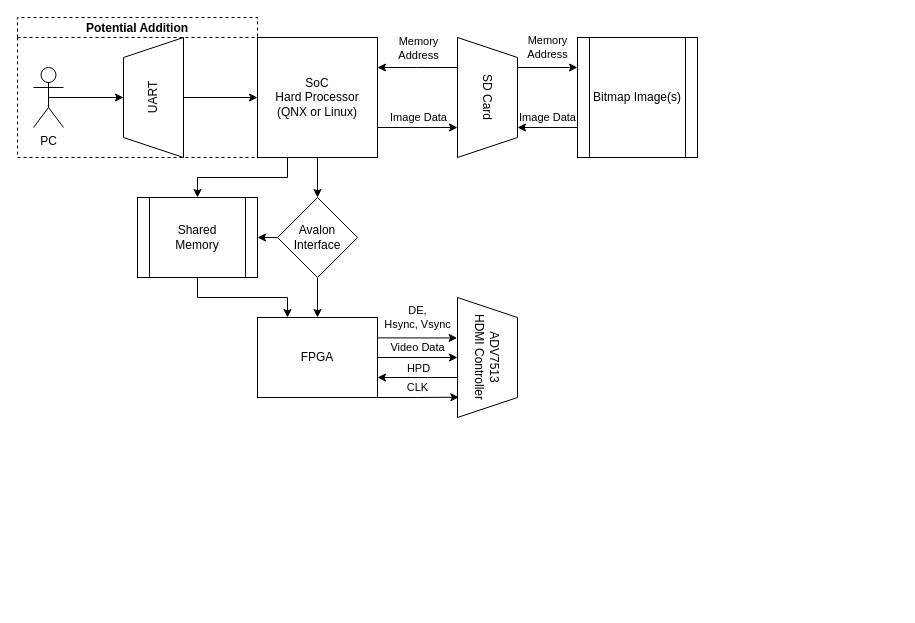
Before: Report/Images/InProcess/PathPlanning.drawio in MrTreev/LabProject, a draw.io diagram. Source tidied: cells renumbered, new cells numbered last; positions are measured from the earlier drawing's top-left corner, leaving out a move shared by most shapes. Both pictures are drawn from the tidied source at 100%, with x=0, y=0 at pixel (17, 17).
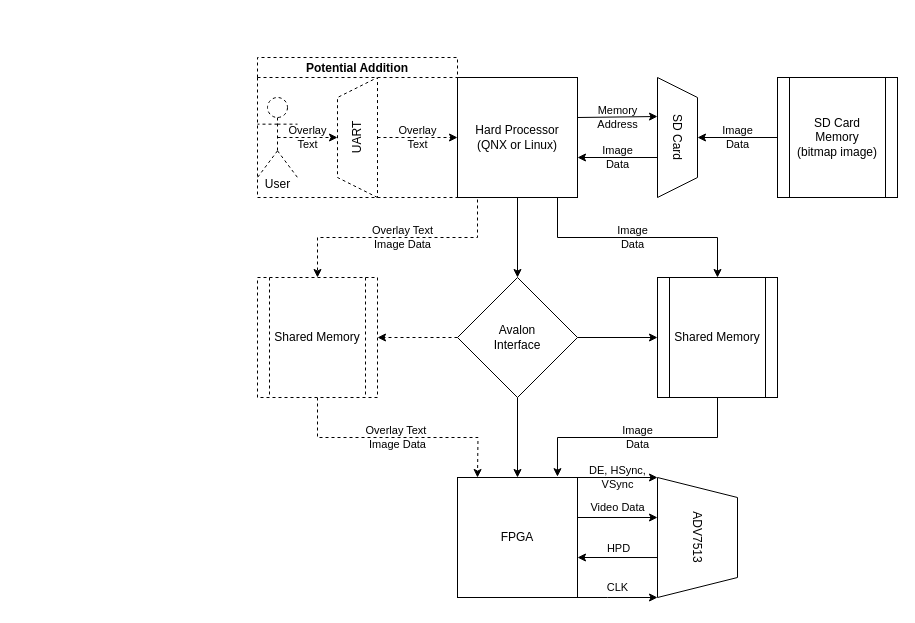
The same page after the edit.

What changed in the source:
```diff
@@
-    <mxCell id="2" style="edgeStyle=orthogonalEdgeStyle;rounded=0;jettySize=auto;html=1;labelBackgroundColor=none;" parent="1" edge="1" source="5" target="8">
-      <mxGeometry relative="1" as="geometry" />
-    </mxCell>
-    <mxCell id="3" value="Image Data" style="edgeStyle=orthogonalEdgeStyle;rounded=0;jettySize=auto;html=1;exitX=1;exitY=0.75;exitDx=0;exitDy=0;entryX=0.75;entryY=1;entryDx=0;entryDy=0;labelBackgroundColor=none;" parent="1" edge="1" source="5" target="19">
-      <mxGeometry x="0.02" y="10" relative="1" as="geometry">
-        <Array as="points">
-          <mxPoint x="360" y="110" />
-        </Array>
-      </mxGeometry>
-    </mxCell>
-    <mxCell id="4" style="edgeStyle=orthogonalEdgeStyle;rounded=0;jettySize=auto;html=1;exitX=0.25;exitY=1;exitDx=0;exitDy=0;entryX=0.5;entryY=0;entryDx=0;entryDy=0;labelBackgroundColor=none;" parent="1" edge="1" source="5" target="22">
-      <mxGeometry relative="1" as="geometry" />
-    </mxCell>
-    <mxCell id="5" value="SoC&lt;br&gt;Hard Processor&lt;br&gt;(QNX or Linux)" style="whiteSpace=wrap;html=1;labelBackgroundColor=none;" parent="1" vertex="1">
-      <mxGeometry x="240" y="20" width="120" height="120" as="geometry" />
-    </mxCell>
+    <mxCell id="29" value="Memory&lt;br&gt;Address" style="edgeStyle=orthogonalEdgeStyle;rounded=0;jettySize=auto;html=1;exitX=1;exitY=0.342;exitDx=0;exitDy=0;entryX=0.325;entryY=1;entryDx=0;entryDy=0;labelBackgroundColor=none;entryPerimeter=0;exitPerimeter=0;" parent="1" edge="1" source="33" target="19">
+      <mxGeometry x="0.01" relative="1" as="geometry">
+        <Array as="points">
+          <mxPoint x="560" y="100" />
+        </Array>
+      </mxGeometry>
+    </mxCell>
+    <mxCell id="30" style="edgeStyle=orthogonalEdgeStyle;rounded=0;jettySize=auto;html=1;labelBackgroundColor=none;" parent="1" edge="1" source="33" target="8">
+      <mxGeometry relative="1" as="geometry" />
+    </mxCell>
+    <mxCell id="31" value="Image&lt;br&gt;Data" style="edgeStyle=orthogonalEdgeStyle;rounded=0;jettySize=auto;html=1;exitX=0.75;exitY=1;exitDx=0;exitDy=0;entryX=0.5;entryY=0;entryDx=0;entryDy=0;labelBackgroundColor=none;" parent="1" edge="1" source="33" target="39">
+      <mxGeometry relative="1" as="geometry">
+        <Array as="points">
+          <mxPoint x="540" y="180" />
+          <mxPoint x="540" y="220" />
+          <mxPoint x="700" y="220" />
+        </Array>
+      </mxGeometry>
+    </mxCell>
+    <mxCell id="32" value="Overlay Text&lt;br&gt;Image Data" style="edgeStyle=orthogonalEdgeStyle;rounded=0;jettySize=auto;html=1;exitX=0.25;exitY=1;exitDx=0;exitDy=0;entryX=0.5;entryY=0;entryDx=0;entryDy=0;dashed=1;labelBackgroundColor=none;" parent="1" edge="1" source="33" target="47">
+      <mxGeometry relative="1" as="geometry">
+        <Array as="points">
+          <mxPoint x="460" y="180" />
+          <mxPoint x="460" y="220" />
+          <mxPoint x="300" y="220" />
+        </Array>
+      </mxGeometry>
+    </mxCell>
+    <mxCell id="33" value="Hard Processor&lt;br&gt;(QNX or Linux)" style="whiteSpace=wrap;html=1;" parent="1" vertex="1">
+      <mxGeometry x="440" y="60" width="120" height="120" as="geometry" />
+    </mxCell>
+    <mxCell id="34" value="Overlay&lt;br&gt;Text" style="edgeStyle=orthogonalEdgeStyle;rounded=0;jettySize=auto;html=1;exitX=0.5;exitY=1;exitDx=0;exitDy=0;entryX=0;entryY=0.5;entryDx=0;entryDy=0;labelBackgroundColor=none;dashed=1;" parent="1" edge="1" source="25" target="33">
+      <mxGeometry relative="1" as="geometry" />
+    </mxCell>
+    <mxCell id="25" value="UART" style="shape=trapezoid;perimeter=trapezoidPerimeter;whiteSpace=wrap;html=1;fixedSize=1;rotation=-90;dashed=1;" parent="1" vertex="1">
+      <mxGeometry x="280" y="100" width="120" height="40" as="geometry" />
+    </mxCell>
+    <mxCell id="35" value="Image&lt;br&gt;Data" style="edgeStyle=orthogonalEdgeStyle;rounded=0;jettySize=auto;html=1;exitX=0.675;exitY=0.975;exitDx=0;exitDy=0;labelBackgroundColor=none;exitPerimeter=0;" parent="1" edge="1" source="19">
+      <mxGeometry x="0.02" relative="1" as="geometry">
+        <mxPoint x="560" y="140" as="targetPoint" />
+        <Array as="points">
+          <mxPoint x="641" y="140" />
+        </Array>
+      </mxGeometry>
+    </mxCell>
+    <mxCell id="19" value="SD Card" style="shape=trapezoid;perimeter=trapezoidPerimeter;whiteSpace=wrap;html=1;fixedSize=1;rotation=90;" parent="1" vertex="1">
+      <mxGeometry x="600" y="100" width="120" height="40" as="geometry" />
+    </mxCell>
+    <mxCell id="36" style="edgeStyle=orthogonalEdgeStyle;rounded=0;jettySize=auto;html=1;labelBackgroundColor=none;" parent="1" edge="1" source="8" target="39">
+      <mxGeometry relative="1" as="geometry" />
+    </mxCell>
@@
-    <mxCell id="7" style="edgeStyle=orthogonalEdgeStyle;rounded=0;jettySize=auto;html=1;exitX=0;exitY=0.5;exitDx=0;exitDy=0;entryX=1;entryY=0.5;entryDx=0;entryDy=0;labelBackgroundColor=none;" parent="1" edge="1" source="8" target="22">
-      <mxGeometry relative="1" as="geometry" />
-    </mxCell>
+    <mxCell id="37" style="edgeStyle=orthogonalEdgeStyle;rounded=0;jettySize=auto;html=1;exitX=0;exitY=0.5;exitDx=0;exitDy=0;entryX=1;entryY=0.5;entryDx=0;entryDy=0;dashed=1;labelBackgroundColor=none;" parent="1" edge="1" source="8" target="47">
+      <mxGeometry relative="1" as="geometry" />
+    </mxCell>
-    <mxCell id="8" value="Avalon&lt;br&gt;Interface" style="rhombus;whiteSpace=wrap;html=1;labelBackgroundColor=none;" parent="1" vertex="1">
-      <mxGeometry x="260" y="180" width="80" height="80" as="geometry" />
+    <mxCell id="8" value="Avalon&lt;br&gt;Interface" style="rhombus;whiteSpace=wrap;html=1;" parent="1" vertex="1">
+      <mxGeometry x="440" y="260" width="120" height="120" as="geometry" />
     </mxCell>
+    <mxCell id="38" value="Image&lt;br&gt;Data" style="edgeStyle=orthogonalEdgeStyle;rounded=0;jettySize=auto;html=1;exitX=0.5;exitY=1;exitDx=0;exitDy=0;labelBackgroundColor=none;entryX=0.833;entryY=-0.007;entryDx=0;entryDy=0;entryPerimeter=0;" parent="1" edge="1" source="39" target="12">
+      <mxGeometry relative="1" as="geometry" />
+    </mxCell>
+    <mxCell id="39" value="Shared Memory" style="shape=process;whiteSpace=wrap;html=1;backgroundOutline=1;" parent="1" vertex="1">
+      <mxGeometry x="640" y="260" width="120" height="120" as="geometry" />
+    </mxCell>
+    <mxCell id="40" value="DE, HSync,&lt;br&gt;VSync" style="edgeStyle=orthogonalEdgeStyle;rounded=0;jettySize=auto;html=1;exitX=1;exitY=0.2;exitDx=0;exitDy=0;exitPerimeter=0;entryX=0;entryY=1;entryDx=0;entryDy=0;labelBackgroundColor=none;" parent="1" edge="1" source="12" target="41">
+      <mxGeometry x="0.23" relative="1" as="geometry">
+        <Array as="points">
+          <mxPoint x="560" y="460" />
+        </Array>
+      </mxGeometry>
+    </mxCell>
-    <mxCell id="9" value="Video Data" style="edgeStyle=orthogonalEdgeStyle;rounded=0;jettySize=auto;html=1;exitX=1;exitY=0.5;exitDx=0;exitDy=0;entryX=0.5;entryY=1;entryDx=0;entryDy=0;labelBackgroundColor=none;" parent="1" edge="1" source="12" target="15">
-      <mxGeometry y="10" relative="1" as="geometry" />
+    <mxCell id="9" value="Video Data" style="edgeStyle=orthogonalEdgeStyle;rounded=0;jettySize=auto;html=1;exitX=1;exitY=0.4;exitDx=0;exitDy=0;exitPerimeter=0;labelBackgroundColor=none;" parent="1" edge="1" source="12">
+      <mxGeometry x="0.09" y="10" relative="1" as="geometry">
+        <mxPoint x="640" y="500" as="targetPoint" />
+        <Array as="points">
+          <mxPoint x="560" y="500" />
+          <mxPoint x="640" y="500" />
+        </Array>
+      </mxGeometry>
     </mxCell>
-    <mxCell id="10" value="DE,&lt;br&gt;Hsync, Vsync" style="edgeStyle=orthogonalEdgeStyle;rounded=0;jettySize=auto;html=1;exitX=1;exitY=0.25;exitDx=0;exitDy=0;entryX=0.337;entryY=1.006;entryDx=0;entryDy=0;entryPerimeter=0;labelBackgroundColor=none;" parent="1" edge="1" source="12" target="15">
-      <mxGeometry y="20" relative="1" as="geometry">
-        <Array as="points">
-          <mxPoint x="440" y="320" />
-        </Array>
-      </mxGeometry>
-    </mxCell>
-    <mxCell id="11" value="CLK" style="edgeStyle=orthogonalEdgeStyle;rounded=0;jettySize=auto;html=1;exitX=1;exitY=1;exitDx=0;exitDy=0;entryX=0.831;entryY=0.977;entryDx=0;entryDy=0;entryPerimeter=0;labelBackgroundColor=none;" parent="1" edge="1" source="12" target="15">
-      <mxGeometry x="-0.02" y="10" relative="1" as="geometry">
+    <mxCell id="11" value="CLK" style="edgeStyle=orthogonalEdgeStyle;rounded=0;jettySize=auto;html=1;exitX=1;exitY=1;exitDx=0;exitDy=0;exitPerimeter=0;entryX=1;entryY=1;entryDx=0;entryDy=0;labelBackgroundColor=none;" parent="1" edge="1" source="12" target="41">
+      <mxGeometry y="10" relative="1" as="geometry">
         <Array as="points">
-          <mxPoint x="400" y="380" />
+          <mxPoint x="590" y="580" />
+          <mxPoint x="590" y="580" />
         </Array>
       </mxGeometry>
     </mxCell>
-    <mxCell id="12" value="FPGA" style="whiteSpace=wrap;html=1;labelBackgroundColor=none;" parent="1" vertex="1">
-      <mxGeometry x="240" y="300" width="120" height="80" as="geometry" />
+    <mxCell id="12" value="FPGA" style="whiteSpace=wrap;html=1;" parent="1" vertex="1">
+      <mxGeometry x="440" y="460" width="120" height="120" as="geometry" />
     </mxCell>
-    <mxCell id="13" style="edgeStyle=orthogonalEdgeStyle;rounded=0;jettySize=auto;html=1;exitX=0.75;exitY=1;exitDx=0;exitDy=0;entryX=1;entryY=0.75;entryDx=0;entryDy=0;labelBackgroundColor=none;" parent="1" edge="1" source="15" target="12">
-      <mxGeometry relative="1" as="geometry">
-        <Array as="points">
-          <mxPoint x="410" y="360" />
-          <mxPoint x="410" y="360" />
-        </Array>
-      </mxGeometry>
-    </mxCell>
-    <mxCell id="14" value="HPD" style="edgeLabel;html=1;align=center;verticalAlign=middle;labelBackgroundColor=none;" parent="13" vertex="1">
-      <mxGeometry x="-0.22" y="-1" relative="1" as="geometry">
-        <mxPoint x="-15" y="-9" as="offset" />
+    <mxCell id="14" value="HPD&lt;br&gt;" style="edgeStyle=orthogonalEdgeStyle;rounded=0;jettySize=auto;html=1;exitX=0.667;exitY=1;exitDx=0;exitDy=0;exitPerimeter=0;labelBackgroundColor=none;verticalAlign=middle;" parent="1" edge="1" source="41">
+      <mxGeometry y="-10" relative="1" as="geometry">
+        <mxPoint x="560" y="540" as="targetPoint" />
       </mxGeometry>
     </mxCell>
-    <mxCell id="15" value="ADV7513&lt;br&gt;HDMI Controller" style="shape=trapezoid;perimeter=trapezoidPerimeter;whiteSpace=wrap;html=1;fixedSize=1;rotation=90;labelBackgroundColor=none;" parent="1" vertex="1">
-      <mxGeometry x="410" y="310" width="120" height="60" as="geometry" />
-    </mxCell>
-    <mxCell id="16" style="edgeStyle=orthogonalEdgeStyle;rounded=0;jettySize=auto;html=1;exitX=0.25;exitY=1;exitDx=0;exitDy=0;entryX=1;entryY=0.25;entryDx=0;entryDy=0;labelBackgroundColor=none;" parent="1" edge="1" source="19" target="5">
-      <mxGeometry relative="1" as="geometry">
-        <Array as="points">
-          <mxPoint x="400" y="50" />
-        </Array>
-      </mxGeometry>
-    </mxCell>
-    <mxCell id="17" value="Memory&lt;br&gt;Address" style="edgeLabel;html=1;align=center;verticalAlign=middle;labelBackgroundColor=none;" parent="16" vertex="1">
-      <mxGeometry x="-0.24" y="1" relative="1" as="geometry">
-        <mxPoint x="-10" y="-21" as="offset" />
-      </mxGeometry>
-    </mxCell>
-    <mxCell id="18" value="Memory&lt;br&gt;Address" style="edgeStyle=orthogonalEdgeStyle;rounded=0;jettySize=auto;html=1;exitX=0.25;exitY=0;exitDx=0;exitDy=0;entryX=0;entryY=0.25;entryDx=0;entryDy=0;labelBackgroundColor=none;" parent="1" edge="1" source="19" target="28">
-      <mxGeometry y="20" relative="1" as="geometry" />
-    </mxCell>
-    <mxCell id="19" value="SD Card" style="shape=trapezoid;perimeter=trapezoidPerimeter;whiteSpace=wrap;html=1;fixedSize=1;rotation=90;labelBackgroundColor=none;" parent="1" vertex="1">
-      <mxGeometry x="410" y="50" width="120" height="60" as="geometry" />
-    </mxCell>
-    <mxCell id="20" style="edgeStyle=orthogonalEdgeStyle;rounded=0;jettySize=auto;html=1;exitX=0.5;exitY=1;exitDx=0;exitDy=0;entryX=0;entryY=0.5;entryDx=0;entryDy=0;labelBackgroundColor=none;" parent="1" edge="1" source="25" target="5">
-      <mxGeometry relative="1" as="geometry" />
-    </mxCell>
-    <mxCell id="21" style="edgeStyle=orthogonalEdgeStyle;rounded=0;jettySize=auto;html=1;exitX=0.5;exitY=1;exitDx=0;exitDy=0;entryX=0.25;entryY=0;entryDx=0;entryDy=0;labelBackgroundColor=none;" parent="1" edge="1" source="22" target="12">
-      <mxGeometry relative="1" as="geometry" />
-    </mxCell>
-    <mxCell id="22" value="Shared&lt;br&gt;Memory" style="shape=process;whiteSpace=wrap;html=1;backgroundOutline=1;labelBackgroundColor=none;" parent="1" vertex="1">
-      <mxGeometry x="120" y="180" width="120" height="80" as="geometry" />
-    </mxCell>
+    <mxCell id="41" value="ADV7513" style="shape=trapezoid;perimeter=trapezoidPerimeter;whiteSpace=wrap;html=1;fixedSize=1;rotation=90;" parent="1" vertex="1">
+      <mxGeometry x="620" y="480" width="120" height="80" as="geometry" />
+    </mxCell>
-    <mxCell id="23" value="Potential Addition" style="swimlane;dashed=1;fillColor=none;startSize=20;labelBackgroundColor=none;" parent="1" vertex="1">
-      <mxGeometry width="240" height="140" as="geometry" />
+    <mxCell id="23" value="Potential Addition" style="swimlane;dashed=1;startSize=20;" parent="1" vertex="1">
+      <mxGeometry x="240" y="40" width="200" height="140" as="geometry" />
     </mxCell>
-    <mxCell id="24" value="PC" style="shape=umlActor;verticalLabelPosition=bottom;verticalAlign=top;html=1;outlineConnect=0;fillColor=none;labelBackgroundColor=none;" parent="23" vertex="1">
-      <mxGeometry x="16" y="50" width="30" height="60" as="geometry" />
-    </mxCell>
-    <mxCell id="25" value="UART" style="shape=trapezoid;perimeter=trapezoidPerimeter;whiteSpace=wrap;html=1;fixedSize=1;rotation=-90;labelBackgroundColor=none;" parent="23" vertex="1">
-      <mxGeometry x="76" y="50" width="120" height="60" as="geometry" />
-    </mxCell>
-    <mxCell id="26" style="edgeStyle=orthogonalEdgeStyle;rounded=0;jettySize=auto;html=1;exitX=0.5;exitY=0.5;exitDx=0;exitDy=0;exitPerimeter=0;entryX=0.5;entryY=0;entryDx=0;entryDy=0;labelBackgroundColor=none;" parent="23" edge="1" source="24" target="25">
-      <mxGeometry relative="1" as="geometry" />
-    </mxCell>
-    <mxCell id="27" value="Image Data" style="edgeStyle=orthogonalEdgeStyle;rounded=0;jettySize=auto;html=1;exitX=0;exitY=0.75;exitDx=0;exitDy=0;entryX=0.75;entryY=0;entryDx=0;entryDy=0;labelBackgroundColor=none;" parent="1" edge="1" source="28" target="19">
-      <mxGeometry y="-10" relative="1" as="geometry" />
-    </mxCell>
-    <mxCell id="28" value="Bitmap Image(s)" style="shape=process;whiteSpace=wrap;html=1;backgroundOutline=1;fillColor=default;labelBackgroundColor=none;" parent="1" vertex="1">
-      <mxGeometry x="560" y="20" width="120" height="120" as="geometry" />
-    </mxCell>
+    <mxCell id="42" value="&lt;p style=&quot;line-height: 0&quot;&gt;User&lt;/p&gt;" style="shape=umlActor;verticalLabelPosition=bottom;verticalAlign=top;html=1;outlineConnect=0;dashed=1;labelPosition=center;align=center;horizontal=1;spacing=-10;" parent="23" vertex="1">
+      <mxGeometry y="40" width="40" height="80" as="geometry" />
+    </mxCell>
+    <mxCell id="43" value="Image&lt;br&gt;Data" style="edgeStyle=orthogonalEdgeStyle;rounded=0;jettySize=auto;html=1;exitX=0;exitY=0.5;exitDx=0;exitDy=0;entryX=0.5;entryY=0;entryDx=0;entryDy=0;labelBackgroundColor=none;" parent="1" edge="1" source="44" target="19">
+      <mxGeometry relative="1" as="geometry" />
+    </mxCell>
+    <mxCell id="44" value="SD Card&lt;br&gt;Memory&lt;br&gt;(bitmap image)&lt;br&gt;" style="shape=process;whiteSpace=wrap;html=1;backgroundOutline=1;" parent="1" vertex="1">
+      <mxGeometry x="760" y="60" width="120" height="120" as="geometry" />
+    </mxCell>
+    <mxCell id="45" value="Overlay&lt;br&gt;Text" style="edgeStyle=orthogonalEdgeStyle;rounded=0;jettySize=auto;html=1;exitX=0.5;exitY=0.5;exitDx=0;exitDy=0;exitPerimeter=0;entryX=0.5;entryY=0;entryDx=0;entryDy=0;labelBackgroundColor=none;dashed=1;" parent="1" edge="1" source="42" target="25">
+      <mxGeometry relative="1" as="geometry" />
+    </mxCell>
+    <mxCell id="46" value="Overlay Text&amp;nbsp;&lt;br&gt;Image Data" style="edgeStyle=orthogonalEdgeStyle;rounded=0;jettySize=auto;html=1;exitX=0.5;exitY=1;exitDx=0;exitDy=0;dashed=1;labelBackgroundColor=none;" parent="1" edge="1" source="47">
+      <mxGeometry relative="1" as="geometry">
+        <mxPoint x="460" y="460" as="targetPoint" />
+      </mxGeometry>
+    </mxCell>
+    <mxCell id="47" value="Shared Memory" style="shape=process;whiteSpace=wrap;html=1;backgroundOutline=1;dashed=1;" parent="1" vertex="1">
+      <mxGeometry x="240" y="260" width="120" height="120" as="geometry" />
+    </mxCell>
```
